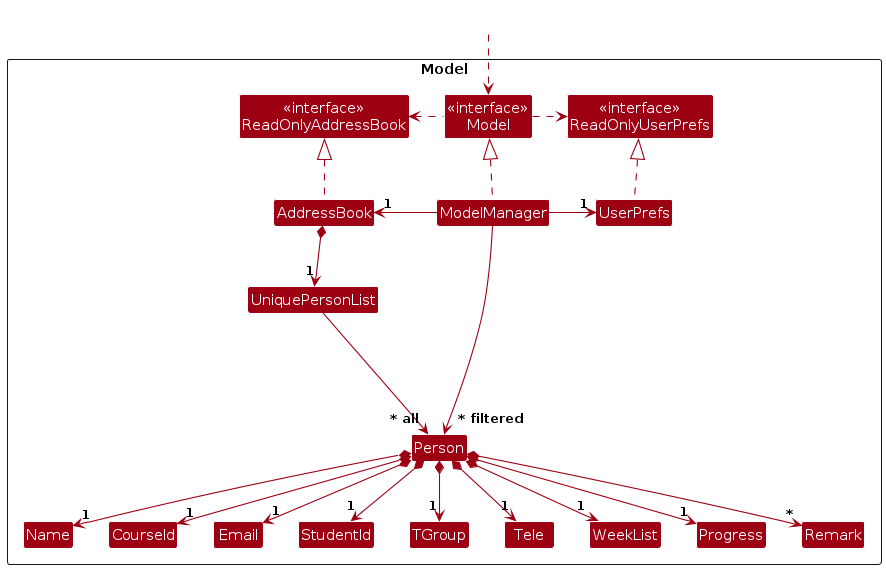
AY2526S2-CS2103T-F10-3/tp keeps this PlantUML diagram as diagrams/ModelClassDiagram.png. Above is the earlier version. Its source is kept beside it as diagrams/ModelClassDiagram.puml. The source it was exported from:
```plantuml
@startuml
!include style.puml
skinparam arrowThickness 1.1
skinparam arrowColor MODEL_COLOR
skinparam classBackgroundColor MODEL_COLOR

Package Model as ModelPackage <<Rectangle>> {
Class "<<interface>>\nReadOnlyAddressBook" as ReadOnlyAddressBook
Class "<<interface>>\nReadOnlyUserPrefs" as ReadOnlyUserPrefs
Class "<<interface>>\nModel" as Model
Class AddressBook
Class ModelManager
Class UserPrefs

Class UniquePersonList
Class Person
Class Name
Class CourseId
Class Email
Class StudentId
Class TGroup
Class Tele
Class WeekList
Class Progress
Class Remark

Class I #FFFFFF
}

Class HiddenOutside #FFFFFF
HiddenOutside ..> Model

AddressBook .up.|> ReadOnlyAddressBook

ModelManager .up.|> Model
Model .right.> ReadOnlyUserPrefs
Model .left.> ReadOnlyAddressBook
ModelManager -left-> "1" AddressBook
ModelManager -right-> "1" UserPrefs
UserPrefs .up.|> ReadOnlyUserPrefs

AddressBook *--> "1" UniquePersonList
UniquePersonList --> "~* all" Person

Person *--> "1" Name
Person *--> "1" CourseId
Person *--> "1" Email
Person *--> "1" StudentId
Person *--> "1" TGroup
Person *--> "1" Tele
Person *--> "1" WeekList
Person *--> "1" Progress
Person *--> "*" Remark

Person -[hidden]up--> I
UniquePersonList -[hidden]right-> I

Name -[hidden]right-> CourseId
CourseId -[hidden]right-> Email
Email -[hidden]right-> StudentId
StudentId -[hidden]right-> TGroup
TGroup -[hidden]right-> Tele
Tele -[hidden]right-> WeekList
WeekList -[hidden]right-> Progress

ModelManager --> "~* filtered" Person
@enduml
```
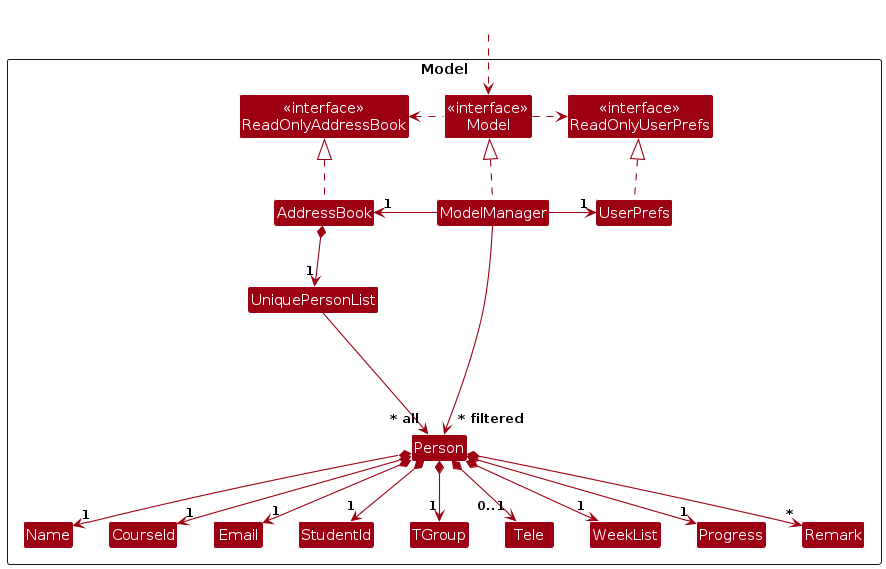
Above is the later version.

The edit, as a diff of the source:
```diff
@@ -47,7 +47,7 @@
 Person *--> "1" Email
 Person *--> "1" StudentId
 Person *--> "1" TGroup
-Person *--> "1" Tele
+Person *--> "0..1" Tele
 Person *--> "1" WeekList
 Person *--> "1" Progress
 Person *--> "*" Remark
```
